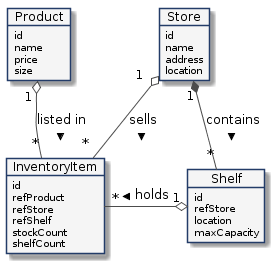
FIWARE/tutorials.Entity-Relationships keeps this PlantUML diagram as img/entities.png. Above is the earlier version.
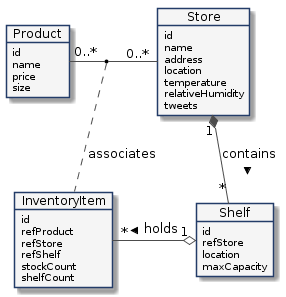
After the change.

Commit message:
Adding Association Relationship

What changed in the source:
```diff
@@ -29,6 +29,9 @@
 Store : name
 Store : address
 Store : location
+Store : temperature
+Store : relativeHumidity
+Store : tweets
 
 object Shelf
 
@@ -37,8 +40,9 @@
 Shelf : location
 Shelf : maxCapacity
 
-Product "1 " o-- " *" InventoryItem  : listed in >
-Store " 1  " o-- " *  " InventoryItem :  sells >
 Store "1" *-- "*" Shelf : contains >
 InventoryItem "*" -o " 1" Shelf : < holds
+
+Product "0..*" - "0..*" Store
+(Product, Store) .. InventoryItem : associates
 @enduml
```
